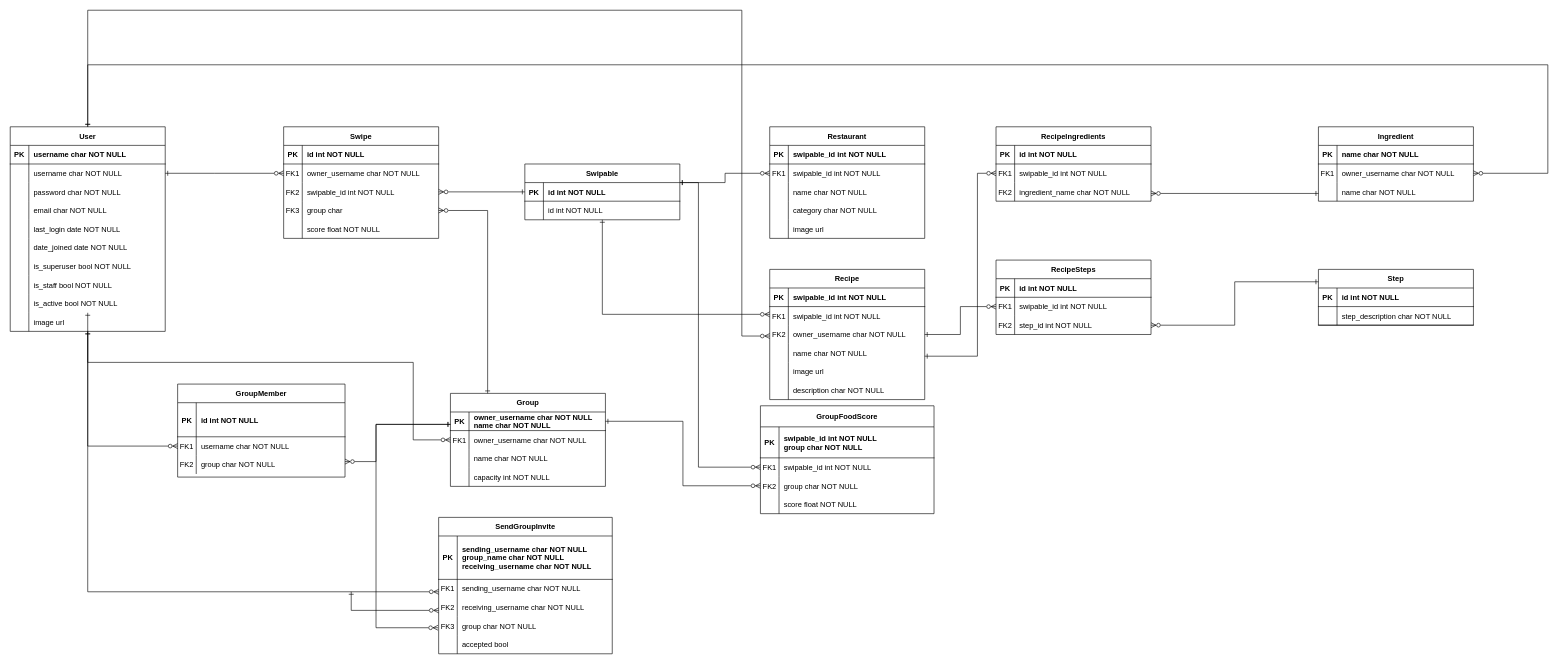
The draw.io diagram grubflow-db.drawio in grubflow/diagrams, before the edit. Source tidied: cells renumbered, new cells numbered last; positions are measured from the earlier drawing's top-left corner, leaving out a move shared by most shapes. Both pictures are drawn from the tidied source at 62%, with x=0, y=0 at pixel (10, 10).
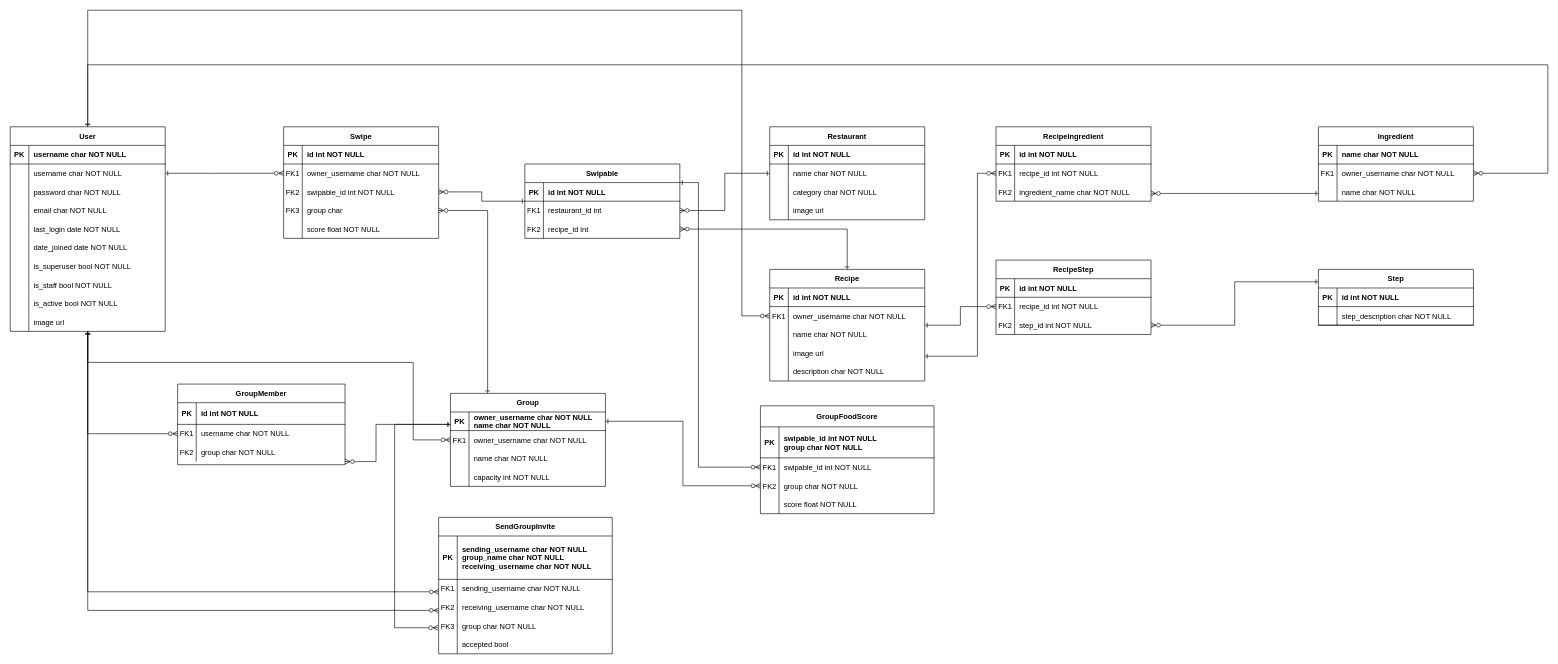
Above is the later version.

The change refers to these unchanged cells:
```xml
<mxCell id="2" value="User" style="shape=table;startSize=30;childLayout=tableLayout;rowLines=0;fontStyle=1;align=center;gradientColor=none;" parent="1" vertex="1">
  <mxGeometry y="188" width="250" height="330" as="geometry" />
</mxCell>
<mxCell id="37" style="shape=partialRectangle;fillColor=none;points=[[0,0.5],[1,0.5]];portConstraint=eastwest;top=0;left=0;right=0;bottom=0;" parent="33" vertex="1">
  <mxGeometry y="60" width="250" height="30" as="geometry" />
</mxCell>
<mxCell id="58" value="Group" style="shape=table;startSize=30;childLayout=tableLayout;rowLines=0;fontStyle=1;align=center;gradientColor=none;" parent="1" vertex="1">
  <mxGeometry x="710" y="618" width="250" height="150" as="geometry" />
</mxCell>
<mxCell id="116" style="shape=partialRectangle;fillColor=none;top=0;left=0;right=0;bottom=1;" parent="115" vertex="1">
  <mxGeometry y="30" width="250" height="30" as="geometry" />
</mxCell>
<mxCell id="132" style="shape=partialRectangle;fillColor=none;top=0;left=0;right=0;bottom=1;" parent="131" vertex="1">
  <mxGeometry y="30" width="250" height="30" as="geometry" />
</mxCell>
<mxCell id="171" style="shape=partialRectangle;fillColor=none;points=[[0,0.5],[1,0.5]];portConstraint=eastwest;top=0;left=0;right=0;bottom=0;" parent="167" vertex="1">
  <mxGeometry y="60" width="250" height="30" as="geometry" />
</mxCell>
<mxCell id="182" style="shape=partialRectangle;fillColor=none;points=[[0,0.5],[1,0.5]];portConstraint=eastwest;top=0;left=0;right=0;bottom=0;" parent="178" vertex="1">
  <mxGeometry y="60" width="250" height="30" as="geometry" />
</mxCell>
```

The edit, as a diff of the source:
```diff
@@
     <mxCell id="33" value="Swipable" style="shape=table;startSize=30;childLayout=tableLayout;rowLines=0;fontStyle=1;align=center;gradientColor=none;" parent="1" vertex="1">
-      <mxGeometry x="830" y="248" width="250" height="90" as="geometry" />
+      <mxGeometry x="830" y="248" width="250" height="120" as="geometry" />
     </mxCell>
@@
-    <mxCell id="38" style="shape=partialRectangle;overflow=hidden;fillColor=none;top=0;left=0;bottom=0;right=0;" parent="37" vertex="1">
+    <mxCell id="38" value="FK1" style="shape=partialRectangle;overflow=hidden;fillColor=none;top=0;left=0;bottom=0;right=0;" parent="37" vertex="1">
       <mxGeometry width="30" height="30" as="geometry" />
     </mxCell>
-    <mxCell id="39" value="id int NOT NULL" style="shape=partialRectangle;overflow=hidden;fillColor=none;top=0;left=0;bottom=0;right=0;align=left;spacingLeft=6;" parent="37" vertex="1">
+    <mxCell id="39" value="restaurant_id int" style="shape=partialRectangle;overflow=hidden;fillColor=none;top=0;left=0;bottom=0;right=0;align=left;spacingLeft=6;" parent="37" vertex="1">
       <mxGeometry x="30" width="220" height="30" as="geometry" />
     </mxCell>
+    <mxCell id="201" style="shape=partialRectangle;fillColor=none;points=[[0,0.5],[1,0.5]];portConstraint=eastwest;top=0;left=0;right=0;bottom=0;" parent="33" vertex="1">
+      <mxGeometry y="90" width="250" height="30" as="geometry" />
+    </mxCell>
+    <mxCell id="202" value="FK2" style="shape=partialRectangle;overflow=hidden;fillColor=none;top=0;left=0;bottom=0;right=0;" parent="201" vertex="1">
+      <mxGeometry width="30" height="30" as="geometry" />
+    </mxCell>
+    <mxCell id="203" value="recipe_id int" style="shape=partialRectangle;overflow=hidden;fillColor=none;top=0;left=0;bottom=0;right=0;align=left;spacingLeft=6;" parent="201" vertex="1">
+      <mxGeometry x="30" width="220" height="30" as="geometry" />
+    </mxCell>
@@
     <mxCell id="71" value="GroupMember" style="shape=table;startSize=30;childLayout=tableLayout;rowLines=0;fontStyle=1;align=center;gradientColor=none;" parent="1" vertex="1">
-      <mxGeometry x="270" y="603" width="270" height="150" as="geometry" />
+      <mxGeometry x="270" y="603" width="270" height="130" as="geometry" />
     </mxCell>
     <mxCell id="72" style="shape=partialRectangle;fillColor=none;top=0;left=0;right=0;bottom=1;" parent="71" vertex="1">
-      <mxGeometry y="30" width="270" height="55" as="geometry" />
+      <mxGeometry y="30" width="270" height="35" as="geometry" />
     </mxCell>
     <mxCell id="73" value="PK" style="shape=partialRectangle;overflow=hidden;fillColor=none;top=0;left=0;bottom=0;right=0;fontStyle=1;" parent="72" vertex="1">
-      <mxGeometry width="30" height="55" as="geometry" />
+      <mxGeometry width="30" height="35" as="geometry" />
     </mxCell>
     <mxCell id="74" value="id int NOT NULL" style="shape=partialRectangle;overflow=hidden;fillColor=none;top=0;left=0;bottom=0;right=0;align=left;spacingLeft=6;fontStyle=1;" parent="72" vertex="1">
-      <mxGeometry x="30" width="240" height="55" as="geometry" />
+      <mxGeometry x="30" width="240" height="35" as="geometry" />
     </mxCell>
     <mxCell id="75" style="shape=partialRectangle;fillColor=none;points=[[0,0.5],[1,0.5]];portConstraint=eastwest;top=0;left=0;right=0;bottom=0;" parent="71" vertex="1">
-      <mxGeometry y="85" width="270" height="30" as="geometry" />
+      <mxGeometry y="65" width="270" height="30" as="geometry" />
     </mxCell>
@@
     <mxCell id="78" style="shape=partialRectangle;fillColor=none;top=0;left=0;right=0;bottom=0;" parent="71" vertex="1">
-      <mxGeometry y="115" width="270" height="30" as="geometry" />
+      <mxGeometry y="95" width="270" height="30" as="geometry" />
     </mxCell>
@@
-    <mxCell id="113" style="edgeStyle=orthogonalEdgeStyle;rounded=0;orthogonalLoop=1;jettySize=auto;html=1;startArrow=ERzeroToMany;startFill=0;endArrow=ERone;endFill=0;" parent="1" edge="1">
+    <mxCell id="113" style="edgeStyle=orthogonalEdgeStyle;rounded=0;jettySize=auto;html=1;startArrow=ERzeroToMany;startFill=0;endArrow=ERone;endFill=0;" parent="1" edge="1" target="2">
       <mxGeometry relative="1" as="geometry">
         <mxPoint x="691" y="938" as="sourcePoint" />
-        <mxPoint x="125" y="488" as="targetPoint" />
         <Array as="points">
-          <mxPoint x="691" y="938" />
           <mxPoint x="125" y="938" />
         </Array>
       </mxGeometry>
     </mxCell>
     <mxCell id="114" style="edgeStyle=orthogonalEdgeStyle;rounded=0;jettySize=auto;html=1;startArrow=ERzeroToMany;startFill=0;endArrow=ERone;endFill=0;" parent="1" edge="1" target="58">
       <mxGeometry relative="1" as="geometry">
         <mxPoint x="690" y="996" as="sourcePoint" />
         <Array as="points">
-          <mxPoint x="590" y="996" />
-          <mxPoint x="590" y="668" />
+          <mxPoint x="620" y="996" />
+          <mxPoint x="620" y="668" />
         </Array>
       </mxGeometry>
     </mxCell>
     <mxCell id="115" value="Restaurant" style="shape=table;startSize=30;childLayout=tableLayout;rowLines=0;fontStyle=1;align=center;gradientColor=none;" parent="1" vertex="1">
-      <mxGeometry x="1225" y="188" width="250" height="180" as="geometry" />
+      <mxGeometry x="1225" y="188" width="250" height="150" as="geometry" />
     </mxCell>
@@
-    <mxCell id="118" value="swipable_id int NOT NULL" style="shape=partialRectangle;overflow=hidden;fillColor=none;top=0;left=0;bottom=0;right=0;align=left;spacingLeft=6;fontStyle=1;" parent="116" vertex="1">
+    <mxCell id="118" value="id int NOT NULL" style="shape=partialRectangle;overflow=hidden;fillColor=none;top=0;left=0;bottom=0;right=0;align=left;spacingLeft=6;fontStyle=1;" parent="116" vertex="1">
       <mxGeometry x="30" width="220" height="30" as="geometry" />
     </mxCell>
-    <mxCell id="119" style="shape=partialRectangle;fillColor=none;points=[[0,0.5],[1,0.5]];portConstraint=eastwest;top=0;left=0;right=0;bottom=0;" parent="115" vertex="1">
-      <mxGeometry y="60" width="250" height="30" as="geometry" />
-    </mxCell>
-    <mxCell id="120" value="FK1" style="shape=partialRectangle;overflow=hidden;fillColor=none;top=0;left=0;bottom=0;right=0;" parent="119" vertex="1">
-      <mxGeometry width="30" height="30" as="geometry" />
-    </mxCell>
-    <mxCell id="121" value="swipable_id int NOT NULL" style="shape=partialRectangle;overflow=hidden;fillColor=none;top=0;left=0;bottom=0;right=0;align=left;spacingLeft=6;" parent="119" vertex="1">
-      <mxGeometry x="30" width="220" height="30" as="geometry" />
-    </mxCell>
     <mxCell id="122" style="shape=partialRectangle;fillColor=none;top=0;left=0;right=0;bottom=0;" parent="115" vertex="1">
-      <mxGeometry y="90" width="250" height="30" as="geometry" />
+      <mxGeometry y="60" width="250" height="30" as="geometry" />
     </mxCell>
@@
     <mxCell id="125" style="shape=partialRectangle;fillColor=none;top=0;left=0;right=0;bottom=0;" parent="115" vertex="1">
-      <mxGeometry y="120" width="250" height="30" as="geometry" />
+      <mxGeometry y="90" width="250" height="30" as="geometry" />
     </mxCell>
@@
     <mxCell id="128" style="shape=partialRectangle;fillColor=none;top=0;left=0;right=0;bottom=0;" parent="115" vertex="1">
-      <mxGeometry y="150" width="250" height="30" as="geometry" />
+      <mxGeometry y="120" width="250" height="30" as="geometry" />
     </mxCell>
@@
     <mxCell id="131" value="Recipe" style="shape=table;startSize=30;childLayout=tableLayout;rowLines=0;fontStyle=1;align=center;gradientColor=none;" parent="1" vertex="1">
-      <mxGeometry x="1225" y="418" width="250" height="210" as="geometry" />
+      <mxGeometry x="1225" y="418" width="250" height="180" as="geometry" />
     </mxCell>
@@
-    <mxCell id="134" value="swipable_id int NOT NULL" style="shape=partialRectangle;overflow=hidden;fillColor=none;top=0;left=0;bottom=0;right=0;align=left;spacingLeft=6;fontStyle=1;" parent="132" vertex="1">
+    <mxCell id="134" value="id int NOT NULL" style="shape=partialRectangle;overflow=hidden;fillColor=none;top=0;left=0;bottom=0;right=0;align=left;spacingLeft=6;fontStyle=1;" parent="132" vertex="1">
       <mxGeometry x="30" width="220" height="30" as="geometry" />
     </mxCell>
-    <mxCell id="135" style="shape=partialRectangle;fillColor=none;top=0;left=0;right=0;bottom=0;" parent="131" vertex="1">
-      <mxGeometry y="60" width="250" height="30" as="geometry" />
-    </mxCell>
-    <mxCell id="136" value="FK1" style="shape=partialRectangle;overflow=hidden;fillColor=none;top=0;left=0;bottom=0;right=0;" parent="135" vertex="1">
-      <mxGeometry width="30" height="30" as="geometry" />
-    </mxCell>
-    <mxCell id="137" value="swipable_id int NOT NULL" style="shape=partialRectangle;overflow=hidden;fillColor=none;top=0;left=0;bottom=0;right=0;align=left;spacingLeft=6;" parent="135" vertex="1">
-      <mxGeometry x="30" width="220" height="30" as="geometry" />
-    </mxCell>
     <mxCell id="138" style="shape=partialRectangle;fillColor=none;points=[[0,0.5],[1,0.5]];portConstraint=eastwest;top=0;left=0;right=0;bottom=0;" parent="131" vertex="1">
-      <mxGeometry y="90" width="250" height="30" as="geometry" />
+      <mxGeometry y="60" width="250" height="30" as="geometry" />
     </mxCell>
-    <mxCell id="139" value="FK2" style="shape=partialRectangle;overflow=hidden;fillColor=none;top=0;left=0;bottom=0;right=0;" parent="138" vertex="1">
+    <mxCell id="139" value="FK1" style="shape=partialRectangle;overflow=hidden;fillColor=none;top=0;left=0;bottom=0;right=0;" parent="138" vertex="1">
       <mxGeometry width="30" height="30" as="geometry" />
     </mxCell>
@@
     <mxCell id="141" style="shape=partialRectangle;fillColor=none;top=0;left=0;right=0;bottom=0;" parent="131" vertex="1">
-      <mxGeometry y="120" width="250" height="30" as="geometry" />
+      <mxGeometry y="90" width="250" height="30" as="geometry" />
     </mxCell>
@@
     <mxCell id="144" style="shape=partialRectangle;fillColor=none;top=0;left=0;right=0;bottom=0;" parent="131" vertex="1">
-      <mxGeometry y="150" width="250" height="30" as="geometry" />
+      <mxGeometry y="120" width="250" height="30" as="geometry" />
     </mxCell>
@@
     <mxCell id="147" style="shape=partialRectangle;fillColor=none;top=0;left=0;right=0;bottom=0;" parent="131" vertex="1">
-      <mxGeometry y="180" width="250" height="30" as="geometry" />
+      <mxGeometry y="150" width="250" height="30" as="geometry" />
     </mxCell>
@@
-    <mxCell id="167" value="RecipeIngredients" style="shape=table;startSize=30;childLayout=tableLayout;rowLines=0;fontStyle=1;align=center;gradientColor=none;" parent="1" vertex="1">
+    <mxCell id="167" value="RecipeIngredient" style="shape=table;startSize=30;childLayout=tableLayout;rowLines=0;fontStyle=1;align=center;gradientColor=none;" parent="1" vertex="1">
       <mxGeometry x="1590" y="188" width="250" height="120" as="geometry" />
     </mxCell>
@@
-    <mxCell id="173" value="swipable_id int NOT NULL" style="shape=partialRectangle;overflow=hidden;fillColor=none;top=0;left=0;bottom=0;right=0;align=left;spacingLeft=6;" parent="171" vertex="1">
+    <mxCell id="173" value="recipe_id int NOT NULL" style="shape=partialRectangle;overflow=hidden;fillColor=none;top=0;left=0;bottom=0;right=0;align=left;spacingLeft=6;" parent="171" vertex="1">
       <mxGeometry x="30" width="220" height="30" as="geometry" />
     </mxCell>
@@
-    <mxCell id="178" value="RecipeSteps" style="shape=table;startSize=30;childLayout=tableLayout;rowLines=0;fontStyle=1;align=center;gradientColor=none;" parent="1" vertex="1">
+    <mxCell id="178" value="RecipeStep" style="shape=table;startSize=30;childLayout=tableLayout;rowLines=0;fontStyle=1;align=center;gradientColor=none;" parent="1" vertex="1">
       <mxGeometry x="1590" y="403" width="250" height="120" as="geometry" />
     </mxCell>
@@
-    <mxCell id="184" value="swipable_id int NOT NULL" style="shape=partialRectangle;overflow=hidden;fillColor=none;top=0;left=0;bottom=0;right=0;align=left;spacingLeft=6;" parent="182" vertex="1">
+    <mxCell id="184" value="recipe_id int NOT NULL" style="shape=partialRectangle;overflow=hidden;fillColor=none;top=0;left=0;bottom=0;right=0;align=left;spacingLeft=6;" parent="182" vertex="1">
       <mxGeometry x="30" width="220" height="30" as="geometry" />
     </mxCell>
@@
-    <mxCell id="191" style="edgeStyle=orthogonalEdgeStyle;rounded=0;jettySize=auto;html=1;exitX=0;exitY=0.5;exitDx=0;exitDy=0;startArrow=ERzeroToMany;startFill=0;endArrow=ERone;endFill=0;" parent="1" edge="1" target="2">
+    <mxCell id="191" style="edgeStyle=orthogonalEdgeStyle;rounded=0;jettySize=auto;html=1;exitX=0;exitY=0.5;exitDx=0;exitDy=0;startArrow=ERzeroToMany;startFill=0;endArrow=ERone;endFill=0;" parent="1" edge="1" source="138" target="2">
       <mxGeometry relative="1" as="geometry">
-        <mxPoint x="1225" y="525.5" as="sourcePoint" />
         <Array as="points">
-          <mxPoint x="1180" y="526" />
+          <mxPoint x="1180" y="493" />
           <mxPoint x="1180" />
           <mxPoint x="125" />
         </Array>
       </mxGeometry>
     </mxCell>
@@
-    <mxCell id="197" style="edgeStyle=orthogonalEdgeStyle;rounded=0;jettySize=auto;html=1;startArrow=ERzeroToMany;startFill=0;endArrow=ERone;endFill=0;" parent="1" edge="1" target="33">
-      <mxGeometry relative="1" as="geometry">
-        <mxPoint x="1225" y="490.5" as="sourcePoint" />
-        <Array as="points">
-          <mxPoint x="955" y="491" />
-        </Array>
-      </mxGeometry>
-    </mxCell>
-    <mxCell id="198" style="edgeStyle=orthogonalEdgeStyle;rounded=0;orthogonalLoop=1;jettySize=auto;html=1;exitX=0;exitY=0.5;exitDx=0;exitDy=0;startArrow=ERzeroToMany;startFill=0;endArrow=ERone;endFill=0;" parent="1" edge="1">
+    <mxCell id="198" style="edgeStyle=orthogonalEdgeStyle;rounded=0;jettySize=auto;html=1;exitX=0;exitY=0.5;exitDx=0;exitDy=0;startArrow=ERzeroToMany;startFill=0;endArrow=ERone;endFill=0;" parent="1" edge="1" target="2">
       <mxGeometry relative="1" as="geometry">
         <mxPoint x="691" y="968" as="sourcePoint" />
-        <mxPoint x="550" y="938" as="targetPoint" />
         <Array as="points">
-          <mxPoint x="550" y="968" />
+          <mxPoint x="125" y="968" />
         </Array>
       </mxGeometry>
     </mxCell>
@@
-    <mxCell id="200" style="edgeStyle=orthogonalEdgeStyle;rounded=0;jettySize=auto;html=1;exitX=0;exitY=0.5;exitDx=0;exitDy=0;startArrow=ERzeroToMany;startFill=0;endArrow=ERone;endFill=0;" parent="1" edge="1" source="119" target="33">
+    <mxCell id="200" style="edgeStyle=orthogonalEdgeStyle;rounded=0;jettySize=auto;html=1;exitX=0;exitY=0.5;exitDx=0;exitDy=0;startArrow=ERzeroToMany;startFill=0;endArrow=ERone;endFill=0;" parent="1" edge="1" target="33">
       <mxGeometry relative="1" as="geometry">
         <Array as="points">
           <mxPoint x="1153" y="263" />
           <mxPoint x="1153" y="278" />
         </Array>
       </mxGeometry>
     </mxCell>
+    <mxCell id="204" style="edgeStyle=orthogonalEdgeStyle;rounded=0;jettySize=auto;html=1;exitX=1;exitY=0.5;exitDx=0;exitDy=0;startArrow=ERzeroToMany;startFill=0;endArrow=ERone;endFill=0;" parent="1" edge="1" source="37" target="115">
+      <mxGeometry relative="1" as="geometry" />
+    </mxCell>
+    <mxCell id="205" style="edgeStyle=orthogonalEdgeStyle;rounded=0;jettySize=auto;html=1;exitX=1;exitY=0.5;exitDx=0;exitDy=0;startArrow=ERzeroToMany;startFill=0;endArrow=ERone;endFill=0;" parent="1" edge="1" source="201" target="131">
+      <mxGeometry relative="1" as="geometry" />
+    </mxCell>
```
